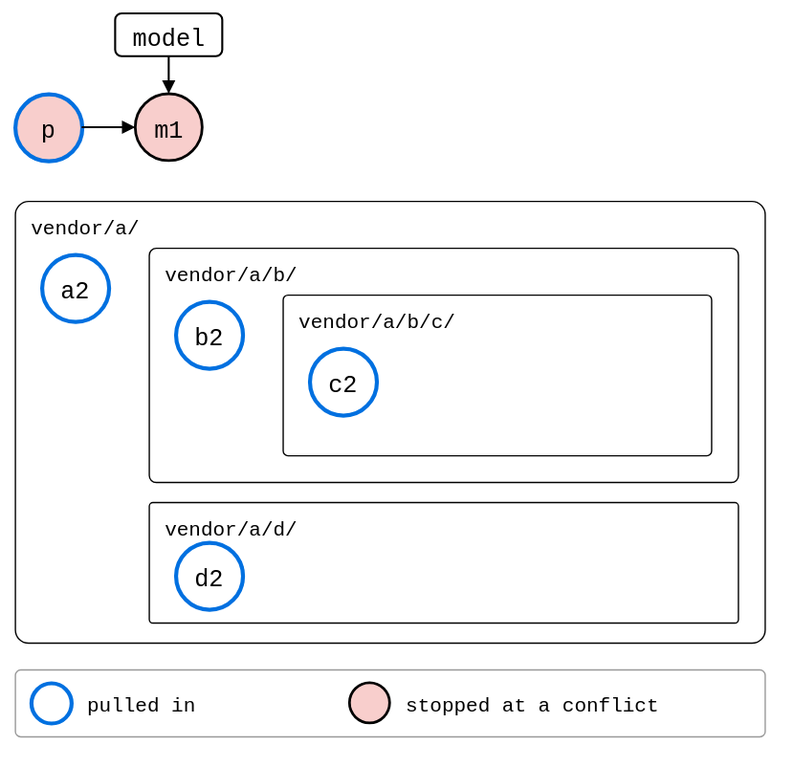
Before: docs/09-scenarios/05-nested-splices/05-recursive-pull/rebased-by-level.drawio.svg, a diagram exported from draw.io (roschaefer/git-splice). Source tidied: cells renumbered, new cells last; positions are measured from the earlier drawing's top-left corner, leaving out a move shared by most shapes.
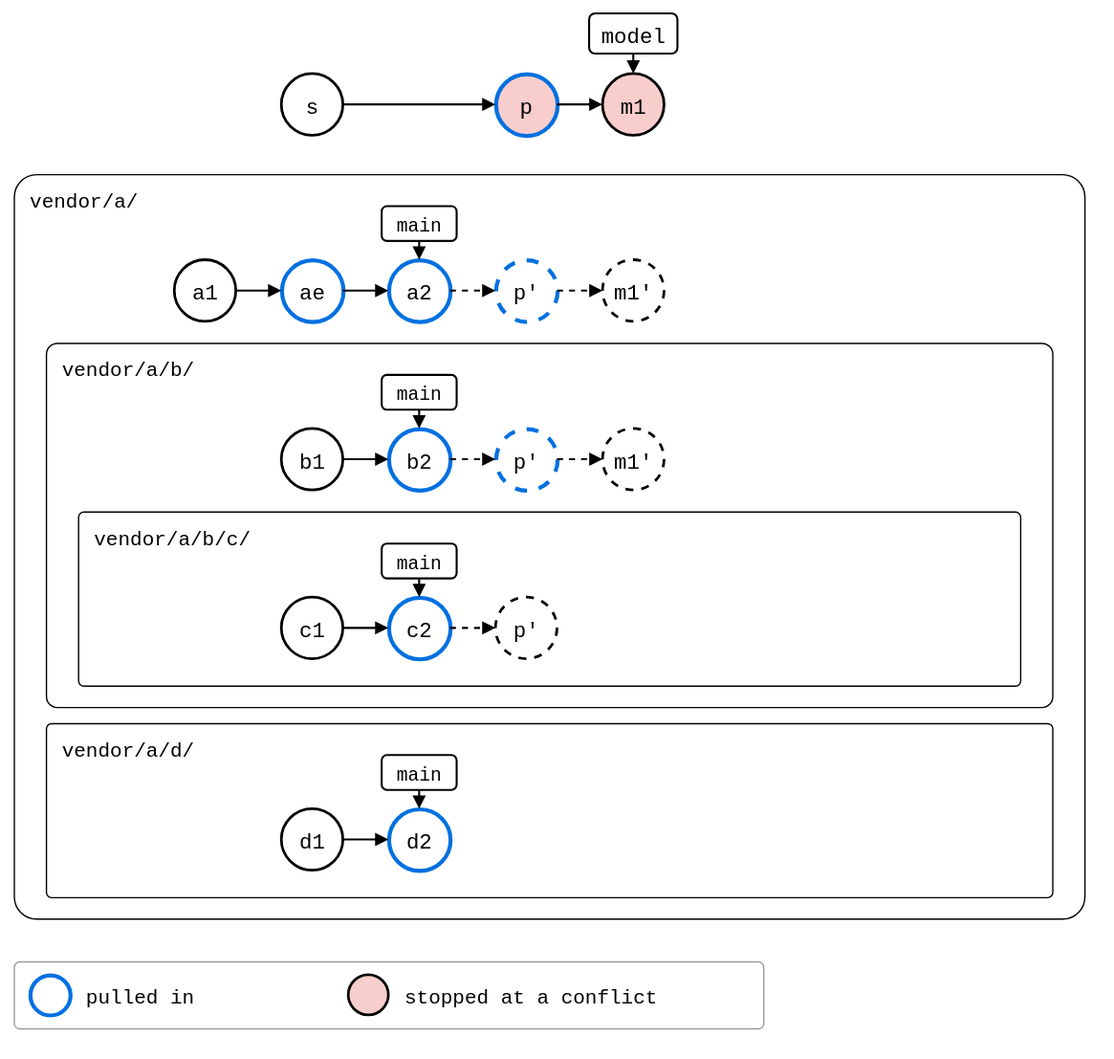
After the change.

Diff of the diagram source:
```diff
@@ -2,47 +2,137 @@
   <root>
     <mxCell id="0" />
     <mxCell id="1" parent="0" />
+    <mxCell id="7" value="vendor/a/" style="rounded=1;arcSize=3;fillColor=none;strokeWidth=1;fontSize=15;verticalAlign=top;align=left;spacingLeft=10;spacingTop=4;fontFamily=Roboto Mono,monospace;" parent="1" vertex="1">
+      <mxGeometry y="125" width="800" height="556" as="geometry" />
+    </mxCell>
+    <mxCell id="13" value="vendor/a/d/" style="rounded=1;arcSize=3;fillColor=none;strokeWidth=1;fontSize=15;verticalAlign=top;align=left;spacingLeft=10;spacingTop=4;fontFamily=Roboto Mono,monospace;" parent="1" vertex="1">
+      <mxGeometry x="24" y="535" width="752" height="130" as="geometry" />
+    </mxCell>
+    <mxCell id="9" value="vendor/a/b/" style="rounded=1;arcSize=3;fillColor=none;strokeWidth=1;fontSize=15;verticalAlign=top;align=left;spacingLeft=10;spacingTop=4;fontFamily=Roboto Mono,monospace;" parent="1" vertex="1">
+      <mxGeometry x="24" y="251" width="752" height="272" as="geometry" />
+    </mxCell>
+    <mxCell id="11" value="vendor/a/b/c/" style="rounded=1;arcSize=3;fillColor=none;strokeWidth=1;fontSize=15;verticalAlign=top;align=left;spacingLeft=10;spacingTop=4;fontFamily=Roboto Mono,monospace;" parent="1" vertex="1">
+      <mxGeometry x="48" y="377" width="704" height="130" as="geometry" />
+    </mxCell>
+    <mxCell id="20" value="s" style="ellipse;strokeWidth=2;fontSize=16;fontFamily=Roboto Mono,monospace;" parent="1" vertex="1">
+      <mxGeometry x="200" y="50" width="46" height="46" as="geometry" />
+    </mxCell>
-    <mxCell id="2" value="p" style="ellipse;strokeWidth=2;fontSize=18;fontFamily=Roboto Mono,monospace;strokeColor=#0070E0;strokeWidth=3;fillColor=#F8CECC;" parent="1" vertex="1">
-      <mxGeometry y="60" width="50" height="50" as="geometry" />
+    <mxCell id="2" value="p" style="ellipse;strokeWidth=2;fontSize=16;fontFamily=Roboto Mono,monospace;strokeColor=#0070E0;strokeWidth=3;fillColor=#F8CECC;" parent="1" vertex="1">
+      <mxGeometry x="360" y="50" width="46" height="46" as="geometry" />
     </mxCell>
-    <mxCell id="3" value="m1" style="ellipse;strokeWidth=2;fontSize=18;fontFamily=Roboto Mono,monospace;fillColor=#F8CECC;" parent="1" vertex="1">
-      <mxGeometry x="90" y="60" width="50" height="50" as="geometry" />
+    <mxCell id="3" value="m1" style="ellipse;strokeWidth=2;fontSize=16;fontFamily=Roboto Mono,monospace;fillColor=#F8CECC;" parent="1" vertex="1">
+      <mxGeometry x="440" y="50" width="46" height="46" as="geometry" />
     </mxCell>
-    <mxCell id="4" style="endArrow=block;endFill=1;html=1;strokeWidth=1.5;rounded=0;" parent="1" edge="1" source="2" target="3">
-      <mxGeometry relative="1" as="geometry" />
-    </mxCell>
-    <mxCell id="5" value="model" style="rounded=1;strokeWidth=1.5;fontSize=18;fontFamily=Roboto Mono,monospace;" parent="1" vertex="1">
-      <mxGeometry x="75" width="80" height="32" as="geometry" />
+    <mxCell id="5" value="model" style="rounded=1;strokeWidth=1.5;fontSize=16;fontFamily=Roboto Mono,monospace;" parent="1" vertex="1">
+      <mxGeometry x="430" y="5" width="66" height="30" as="geometry" />
     </mxCell>
     <mxCell id="6" style="endArrow=block;endFill=1;html=1;strokeWidth=1.5;rounded=0;" parent="1" edge="1" source="5" target="3">
       <mxGeometry relative="1" as="geometry" />
     </mxCell>
-    <mxCell id="7" value="vendor/a/" style="rounded=1;arcSize=3;fillColor=none;strokeWidth=1;fontSize=15;verticalAlign=top;align=left;spacingLeft=10;spacingTop=4;fontFamily=Roboto Mono,monospace;" parent="1" vertex="1">
-      <mxGeometry y="140" width="560" height="330" as="geometry" />
-    </mxCell>
+    <mxCell id="21" value="a1" style="ellipse;strokeWidth=2;fontSize=16;fontFamily=Roboto Mono,monospace;" parent="1" vertex="1">
+      <mxGeometry x="120" y="189" width="46" height="46" as="geometry" />
+    </mxCell>
+    <mxCell id="22" value="ae" style="ellipse;strokeWidth=2;fontSize=16;fontFamily=Roboto Mono,monospace;strokeColor=#0070E0;strokeWidth=3;" parent="1" vertex="1">
+      <mxGeometry x="200" y="189" width="46" height="46" as="geometry" />
+    </mxCell>
-    <mxCell id="8" value="a2" style="ellipse;strokeWidth=2;fontSize=18;fontFamily=Roboto Mono,monospace;strokeColor=#0070E0;strokeWidth=3;" parent="1" vertex="1">
-      <mxGeometry x="20" y="180" width="50" height="50" as="geometry" />
+    <mxCell id="8" value="a2" style="ellipse;strokeWidth=2;fontSize=16;fontFamily=Roboto Mono,monospace;strokeColor=#0070E0;strokeWidth=3;" parent="1" vertex="1">
+      <mxGeometry x="280" y="189" width="46" height="46" as="geometry" />
     </mxCell>
-    <mxCell id="9" value="vendor/a/b/" style="rounded=1;arcSize=3;fillColor=none;strokeWidth=1;fontSize=15;verticalAlign=top;align=left;spacingLeft=10;spacingTop=4;fontFamily=Roboto Mono,monospace;" parent="1" vertex="1">
-      <mxGeometry x="100" y="175" width="440" height="175" as="geometry" />
-    </mxCell>
+    <mxCell id="23" value="p'" style="ellipse;strokeWidth=2;fontSize=16;fontFamily=Roboto Mono,monospace;strokeColor=#0070E0;strokeWidth=3;dashed=1;" parent="1" vertex="1">
+      <mxGeometry x="360" y="189" width="46" height="46" as="geometry" />
+    </mxCell>
+    <mxCell id="24" value="m1'" style="ellipse;strokeWidth=2;fontSize=16;fontFamily=Roboto Mono,monospace;dashed=1;" parent="1" vertex="1">
+      <mxGeometry x="440" y="189" width="46" height="46" as="geometry" />
+    </mxCell>
+    <mxCell id="25" value="main" style="rounded=1;strokeWidth=1.5;fontSize=16;fontFamily=Roboto Mono,monospace;fontSize=14;" parent="1" vertex="1">
+      <mxGeometry x="275" y="149" width="56" height="26" as="geometry" />
+    </mxCell>
+    <mxCell id="26" style="endArrow=block;endFill=1;html=1;strokeWidth=1.5;rounded=0;" parent="1" edge="1" source="25" target="8">
+      <mxGeometry relative="1" as="geometry" />
+    </mxCell>
+    <mxCell id="27" value="b1" style="ellipse;strokeWidth=2;fontSize=16;fontFamily=Roboto Mono,monospace;" parent="1" vertex="1">
+      <mxGeometry x="200" y="315" width="46" height="46" as="geometry" />
+    </mxCell>
-    <mxCell id="10" value="b2" style="ellipse;strokeWidth=2;fontSize=18;fontFamily=Roboto Mono,monospace;strokeColor=#0070E0;strokeWidth=3;" parent="1" vertex="1">
-      <mxGeometry x="120" y="215" width="50" height="50" as="geometry" />
+    <mxCell id="10" value="b2" style="ellipse;strokeWidth=2;fontSize=16;fontFamily=Roboto Mono,monospace;strokeColor=#0070E0;strokeWidth=3;" parent="1" vertex="1">
+      <mxGeometry x="280" y="315" width="46" height="46" as="geometry" />
     </mxCell>
-    <mxCell id="11" value="vendor/a/b/c/" style="rounded=1;arcSize=3;fillColor=none;strokeWidth=1;fontSize=15;verticalAlign=top;align=left;spacingLeft=10;spacingTop=4;fontFamily=Roboto Mono,monospace;" parent="1" vertex="1">
-      <mxGeometry x="200" y="210" width="320" height="120" as="geometry" />
-    </mxCell>
+    <mxCell id="28" value="p'" style="ellipse;strokeWidth=2;fontSize=16;fontFamily=Roboto Mono,monospace;strokeColor=#0070E0;strokeWidth=3;dashed=1;" parent="1" vertex="1">
+      <mxGeometry x="360" y="315" width="46" height="46" as="geometry" />
+    </mxCell>
+    <mxCell id="29" value="m1'" style="ellipse;strokeWidth=2;fontSize=16;fontFamily=Roboto Mono,monospace;dashed=1;" parent="1" vertex="1">
+      <mxGeometry x="440" y="315" width="46" height="46" as="geometry" />
+    </mxCell>
+    <mxCell id="30" value="main" style="rounded=1;strokeWidth=1.5;fontSize=16;fontFamily=Roboto Mono,monospace;fontSize=14;" parent="1" vertex="1">
+      <mxGeometry x="275" y="275" width="56" height="26" as="geometry" />
+    </mxCell>
+    <mxCell id="31" style="endArrow=block;endFill=1;html=1;strokeWidth=1.5;rounded=0;" parent="1" edge="1" source="30" target="10">
+      <mxGeometry relative="1" as="geometry" />
+    </mxCell>
+    <mxCell id="32" value="c1" style="ellipse;strokeWidth=2;fontSize=16;fontFamily=Roboto Mono,monospace;" parent="1" vertex="1">
+      <mxGeometry x="200" y="441" width="46" height="46" as="geometry" />
+    </mxCell>
-    <mxCell id="12" value="c2" style="ellipse;strokeWidth=2;fontSize=18;fontFamily=Roboto Mono,monospace;strokeColor=#0070E0;strokeWidth=3;" parent="1" vertex="1">
-      <mxGeometry x="220" y="250" width="50" height="50" as="geometry" />
+    <mxCell id="12" value="c2" style="ellipse;strokeWidth=2;fontSize=16;fontFamily=Roboto Mono,monospace;strokeColor=#0070E0;strokeWidth=3;" parent="1" vertex="1">
+      <mxGeometry x="280" y="441" width="46" height="46" as="geometry" />
     </mxCell>
-    <mxCell id="13" value="vendor/a/d/" style="rounded=1;arcSize=3;fillColor=none;strokeWidth=1;fontSize=15;verticalAlign=top;align=left;spacingLeft=10;spacingTop=4;fontFamily=Roboto Mono,monospace;" parent="1" vertex="1">
-      <mxGeometry x="100" y="365" width="440" height="90" as="geometry" />
-    </mxCell>
+    <mxCell id="33" value="p'" style="ellipse;strokeWidth=2;fontSize=16;fontFamily=Roboto Mono,monospace;dashed=1;" parent="1" vertex="1">
+      <mxGeometry x="360" y="441" width="46" height="46" as="geometry" />
+    </mxCell>
+    <mxCell id="34" value="main" style="rounded=1;strokeWidth=1.5;fontSize=16;fontFamily=Roboto Mono,monospace;fontSize=14;" parent="1" vertex="1">
+      <mxGeometry x="275" y="401" width="56" height="26" as="geometry" />
+    </mxCell>
+    <mxCell id="35" style="endArrow=block;endFill=1;html=1;strokeWidth=1.5;rounded=0;" parent="1" edge="1" source="34" target="12">
+      <mxGeometry relative="1" as="geometry" />
+    </mxCell>
+    <mxCell id="36" value="d1" style="ellipse;strokeWidth=2;fontSize=16;fontFamily=Roboto Mono,monospace;" parent="1" vertex="1">
+      <mxGeometry x="200" y="599" width="46" height="46" as="geometry" />
+    </mxCell>
-    <mxCell id="14" value="d2" style="ellipse;strokeWidth=2;fontSize=18;fontFamily=Roboto Mono,monospace;strokeColor=#0070E0;strokeWidth=3;" parent="1" vertex="1">
-      <mxGeometry x="120" y="395" width="50" height="50" as="geometry" />
+    <mxCell id="14" value="d2" style="ellipse;strokeWidth=2;fontSize=16;fontFamily=Roboto Mono,monospace;strokeColor=#0070E0;strokeWidth=3;" parent="1" vertex="1">
+      <mxGeometry x="280" y="599" width="46" height="46" as="geometry" />
     </mxCell>
+    <mxCell id="37" value="main" style="rounded=1;strokeWidth=1.5;fontSize=16;fontFamily=Roboto Mono,monospace;fontSize=14;" parent="1" vertex="1">
+      <mxGeometry x="275" y="559" width="56" height="26" as="geometry" />
+    </mxCell>
+    <mxCell id="38" style="endArrow=block;endFill=1;html=1;strokeWidth=1.5;rounded=0;" parent="1" edge="1" source="37" target="14">
+      <mxGeometry relative="1" as="geometry" />
+    </mxCell>
+    <mxCell id="39" style="endArrow=block;endFill=1;html=1;strokeWidth=1.5;rounded=0;" parent="1" edge="1" source="20" target="2">
+      <mxGeometry relative="1" as="geometry" />
+    </mxCell>
+    <mxCell id="4" style="endArrow=block;endFill=1;html=1;strokeWidth=1.5;rounded=0;" parent="1" edge="1" source="2" target="3">
+      <mxGeometry relative="1" as="geometry" />
+    </mxCell>
+    <mxCell id="40" style="endArrow=block;endFill=1;html=1;strokeWidth=1.5;rounded=0;" parent="1" edge="1" source="21" target="22">
+      <mxGeometry relative="1" as="geometry" />
+    </mxCell>
+    <mxCell id="41" style="endArrow=block;endFill=1;html=1;strokeWidth=1.5;rounded=0;" parent="1" edge="1" source="22" target="8">
+      <mxGeometry relative="1" as="geometry" />
+    </mxCell>
+    <mxCell id="42" style="endArrow=block;endFill=1;html=1;strokeWidth=1.5;rounded=0;dashed=1;" parent="1" edge="1" source="8" target="23">
+      <mxGeometry relative="1" as="geometry" />
+    </mxCell>
+    <mxCell id="43" style="endArrow=block;endFill=1;html=1;strokeWidth=1.5;rounded=0;dashed=1;" parent="1" edge="1" source="23" target="24">
+      <mxGeometry relative="1" as="geometry" />
+    </mxCell>
+    <mxCell id="44" style="endArrow=block;endFill=1;html=1;strokeWidth=1.5;rounded=0;" parent="1" edge="1" source="27" target="10">
+      <mxGeometry relative="1" as="geometry" />
+    </mxCell>
+    <mxCell id="45" style="endArrow=block;endFill=1;html=1;strokeWidth=1.5;rounded=0;dashed=1;" parent="1" edge="1" source="10" target="28">
+      <mxGeometry relative="1" as="geometry" />
+    </mxCell>
+    <mxCell id="46" style="endArrow=block;endFill=1;html=1;strokeWidth=1.5;rounded=0;dashed=1;" parent="1" edge="1" source="28" target="29">
+      <mxGeometry relative="1" as="geometry" />
+    </mxCell>
+    <mxCell id="47" style="endArrow=block;endFill=1;html=1;strokeWidth=1.5;rounded=0;" parent="1" edge="1" source="32" target="12">
+      <mxGeometry relative="1" as="geometry" />
+    </mxCell>
+    <mxCell id="48" style="endArrow=block;endFill=1;html=1;strokeWidth=1.5;rounded=0;dashed=1;" parent="1" edge="1" source="12" target="33">
+      <mxGeometry relative="1" as="geometry" />
+    </mxCell>
+    <mxCell id="49" style="endArrow=block;endFill=1;html=1;strokeWidth=1.5;rounded=0;" parent="1" edge="1" source="36" target="14">
+      <mxGeometry relative="1" as="geometry" />
+    </mxCell>
     <mxCell id="15" style="rounded=1;arcSize=8;fillColor=none;strokeColor=#999999;strokeWidth=1;legend=1;" parent="1" vertex="1">
-      <mxGeometry y="490" width="560" height="50" as="geometry" />
+      <mxGeometry y="713" width="560" height="50" as="geometry" />
     </mxCell>
     <mxCell id="16" style="ellipse;fontSize=13;fontFamily=Roboto Mono,monospace;strokeWidth=2;strokeColor=#0070E0;strokeWidth=3;" parent="15" vertex="1">
       <mxGeometry x="12" y="10" width="30" height="30" as="geometry" />
```
